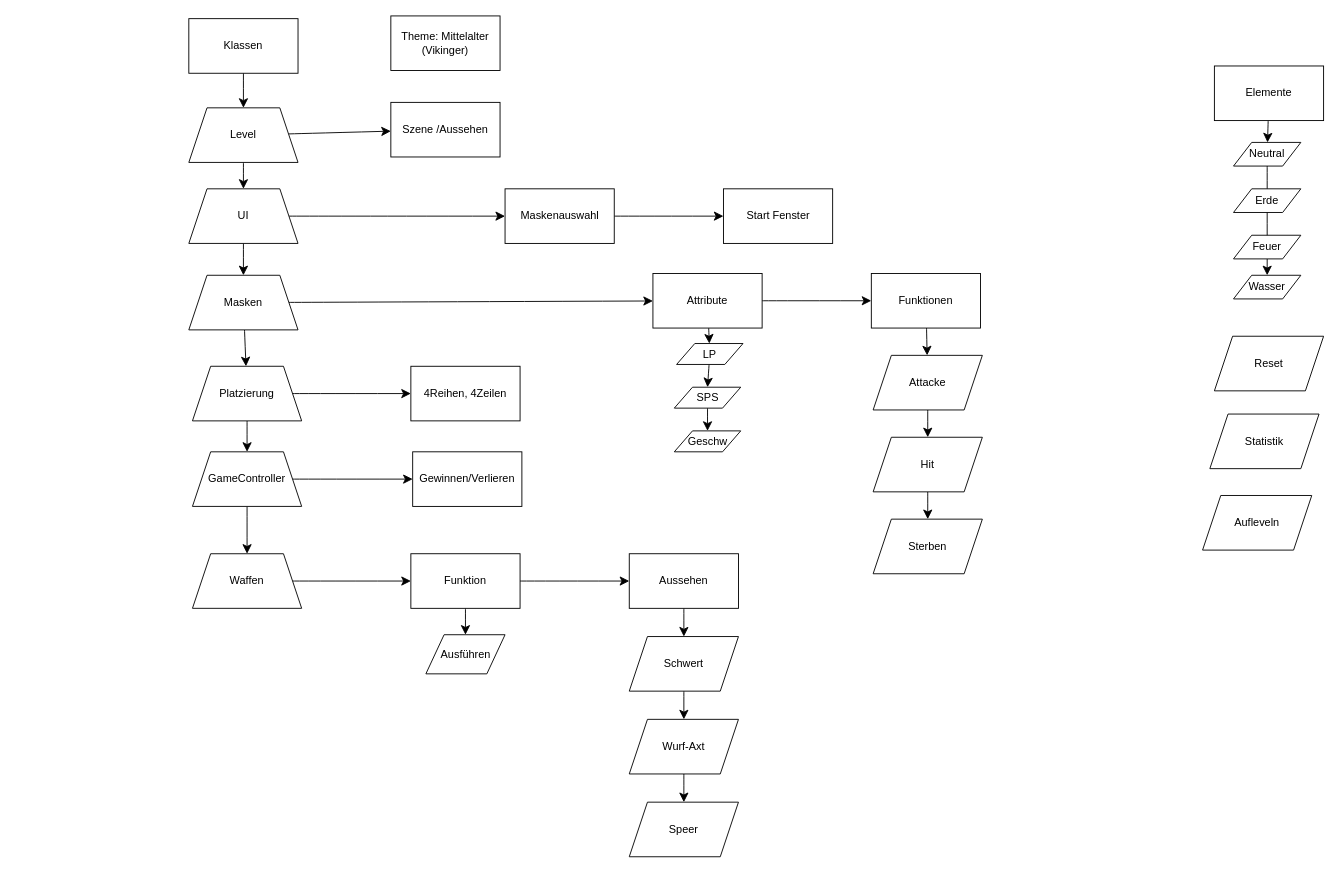
Before: GGJ_AutoBattler.drawio in oloewel/GGJ_Autobattler, a draw.io diagram. Source tidied: cells renumbered, new cells numbered last; positions are measured from the earlier drawing's top-left corner, leaving out a move shared by most shapes. Both pictures are drawn from the tidied source at 91%, with x=0, y=0 at pixel (188, 15).
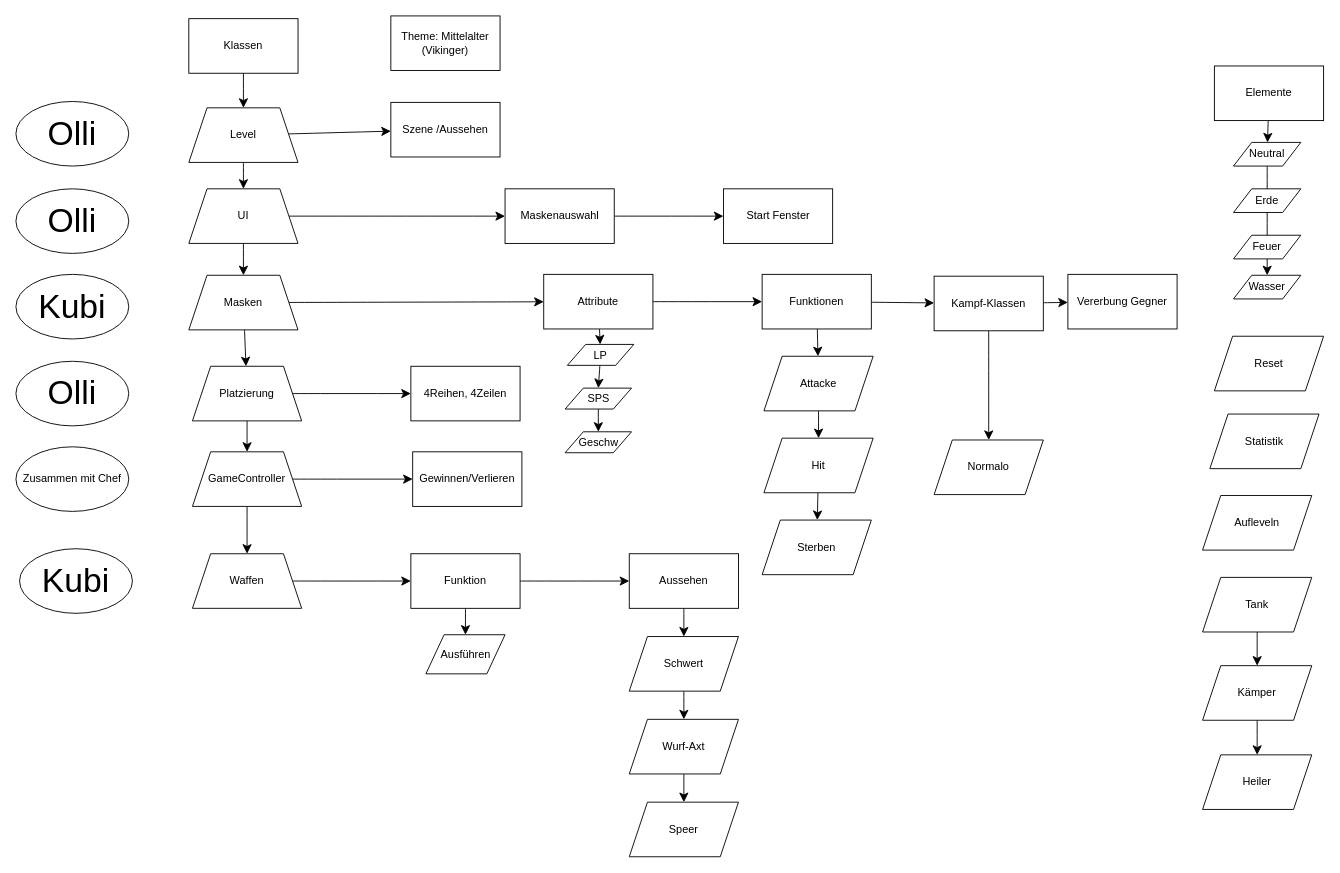
Above is the later version.

Change to the diagram source:
```diff
@@
     <mxCell id="21" value="Attribute" style="rounded=0;whiteSpace=wrap;html=1;" parent="1" vertex="1">
-      <mxGeometry x="510" y="283" width="120" height="60" as="geometry" />
+      <mxGeometry x="390" y="284" width="120" height="60" as="geometry" />
     </mxCell>
@@
     <mxCell id="23" value="LP" style="shape=parallelogram;perimeter=parallelogramPerimeter;whiteSpace=wrap;html=1;fixedSize=1;rounded=0;" parent="1" vertex="1">
-      <mxGeometry x="536" y="360" width="73" height="23" as="geometry" />
+      <mxGeometry x="416" y="361" width="73" height="23" as="geometry" />
     </mxCell>
@@
     <mxCell id="25" value="SPS" style="shape=parallelogram;perimeter=parallelogramPerimeter;whiteSpace=wrap;html=1;fixedSize=1;rounded=0;" parent="1" vertex="1">
-      <mxGeometry x="533.5" y="408" width="73" height="23" as="geometry" />
+      <mxGeometry x="413.5" y="409" width="73" height="23" as="geometry" />
     </mxCell>
     <mxCell id="26" value="Geschw" style="shape=parallelogram;perimeter=parallelogramPerimeter;whiteSpace=wrap;html=1;fixedSize=1;rounded=0;" parent="1" vertex="1">
-      <mxGeometry x="533.5" y="456" width="73" height="23" as="geometry" />
+      <mxGeometry x="413.5" y="457" width="73" height="23" as="geometry" />
     </mxCell>
@@
+    <mxCell id="64" style="edgeStyle=none;curved=1;rounded=0;jettySize=auto;html=1;fontSize=12;startSize=8;endSize=8;" parent="1" edge="1" source="37" target="67">
+      <mxGeometry relative="1" as="geometry" />
+    </mxCell>
     <mxCell id="37" value="Funktionen" style="whiteSpace=wrap;html=1;rounded=0;" parent="1" vertex="1">
-      <mxGeometry x="750" y="283" width="120" height="60" as="geometry" />
+      <mxGeometry x="630" y="284" width="120" height="60" as="geometry" />
     </mxCell>
@@
     <mxCell id="39" value="Attacke" style="shape=parallelogram;perimeter=parallelogramPerimeter;whiteSpace=wrap;html=1;fixedSize=1;rounded=0;" parent="1" vertex="1">
-      <mxGeometry x="752" y="373" width="120" height="60" as="geometry" />
+      <mxGeometry x="632" y="374" width="120" height="60" as="geometry" />
     </mxCell>
@@
     <mxCell id="41" value="Hit" style="shape=parallelogram;perimeter=parallelogramPerimeter;whiteSpace=wrap;html=1;fixedSize=1;rounded=0;" parent="1" vertex="1">
-      <mxGeometry x="752" y="463" width="120" height="60" as="geometry" />
+      <mxGeometry x="632" y="464" width="120" height="60" as="geometry" />
     </mxCell>
@@
     <mxCell id="46" value="Sterben" style="shape=parallelogram;perimeter=parallelogramPerimeter;whiteSpace=wrap;html=1;fixedSize=1;rounded=0;" parent="1" vertex="1">
-      <mxGeometry x="752" y="553" width="120" height="60" as="geometry" />
+      <mxGeometry x="630" y="554" width="120" height="60" as="geometry" />
     </mxCell>
@@
+    <mxCell id="65" style="edgeStyle=none;curved=1;rounded=0;jettySize=auto;html=1;fontSize=12;startSize=8;endSize=8;" parent="1" edge="1" source="67" target="73">
+      <mxGeometry relative="1" as="geometry" />
+    </mxCell>
+    <mxCell id="66" style="edgeStyle=none;curved=1;rounded=0;jettySize=auto;html=1;fontSize=12;startSize=8;endSize=8;" parent="1" edge="1" source="67" target="80">
+      <mxGeometry relative="1" as="geometry" />
+    </mxCell>
+    <mxCell id="67" value="Kampf-Klassen" style="whiteSpace=wrap;html=1;rounded=0;" parent="1" vertex="1">
+      <mxGeometry x="819" y="286" width="120" height="60" as="geometry" />
+    </mxCell>
+    <mxCell id="68" style="edgeStyle=none;curved=1;rounded=0;jettySize=auto;html=1;fontSize=12;startSize=8;endSize=8;" parent="1" edge="1" source="69" target="71">
+      <mxGeometry relative="1" as="geometry" />
+    </mxCell>
+    <mxCell id="69" value="Tank" style="shape=parallelogram;perimeter=parallelogramPerimeter;whiteSpace=wrap;html=1;fixedSize=1;rounded=0;" parent="1" vertex="1">
+      <mxGeometry x="1114" y="617" width="120" height="60" as="geometry" />
+    </mxCell>
+    <mxCell id="70" style="edgeStyle=none;curved=1;rounded=0;jettySize=auto;html=1;fontSize=12;startSize=8;endSize=8;" parent="1" edge="1" source="71" target="72">
+      <mxGeometry relative="1" as="geometry" />
+    </mxCell>
+    <mxCell id="71" value="Kämper" style="shape=parallelogram;perimeter=parallelogramPerimeter;whiteSpace=wrap;html=1;fixedSize=1;rounded=0;" parent="1" vertex="1">
+      <mxGeometry x="1114" y="714" width="120" height="60" as="geometry" />
+    </mxCell>
+    <mxCell id="72" value="Heiler" style="shape=parallelogram;perimeter=parallelogramPerimeter;whiteSpace=wrap;html=1;fixedSize=1;rounded=0;" parent="1" vertex="1">
+      <mxGeometry x="1114" y="812" width="120" height="60" as="geometry" />
+    </mxCell>
+    <mxCell id="73" value="Normalo" style="shape=parallelogram;perimeter=parallelogramPerimeter;whiteSpace=wrap;html=1;fixedSize=1;rounded=0;" parent="1" vertex="1">
+      <mxGeometry x="819" y="466" width="120" height="60" as="geometry" />
+    </mxCell>
+    <mxCell id="74" value="&lt;font style=&quot;font-size: 37px;&quot;&gt;Kubi&lt;/font&gt;" style="ellipse;whiteSpace=wrap;html=1;" parent="1" vertex="1">
+      <mxGeometry x="-190" y="284" width="124" height="71" as="geometry" />
+    </mxCell>
+    <mxCell id="75" value="&lt;font style=&quot;font-size: 37px;&quot;&gt;Olli&lt;/font&gt;" style="ellipse;whiteSpace=wrap;html=1;" parent="1" vertex="1">
+      <mxGeometry x="-190" y="94" width="124" height="71" as="geometry" />
+    </mxCell>
+    <mxCell id="76" value="&lt;font style=&quot;font-size: 37px;&quot;&gt;Olli&lt;/font&gt;" style="ellipse;whiteSpace=wrap;html=1;" parent="1" vertex="1">
+      <mxGeometry x="-190" y="190" width="124" height="71" as="geometry" />
+    </mxCell>
+    <mxCell id="77" value="&lt;font style=&quot;font-size: 37px;&quot;&gt;Olli&lt;/font&gt;" style="ellipse;whiteSpace=wrap;html=1;" parent="1" vertex="1">
+      <mxGeometry x="-190" y="379.5" width="124" height="71" as="geometry" />
+    </mxCell>
+    <mxCell id="78" value="&lt;font style=&quot;font-size: 37px;&quot;&gt;Kubi&lt;/font&gt;" style="ellipse;whiteSpace=wrap;html=1;" parent="1" vertex="1">
+      <mxGeometry x="-186" y="585.5" width="124" height="71" as="geometry" />
+    </mxCell>
+    <mxCell id="79" value="&lt;font&gt;Zusammen mit Chef&lt;/font&gt;" style="ellipse;whiteSpace=wrap;html=1;" parent="1" vertex="1">
+      <mxGeometry x="-190" y="473.5" width="124" height="71" as="geometry" />
+    </mxCell>
+    <mxCell id="80" value="Vererbung Gegner" style="whiteSpace=wrap;html=1;rounded=0;" parent="1" vertex="1">
+      <mxGeometry x="966" y="284" width="120" height="60" as="geometry" />
+    </mxCell>
```
